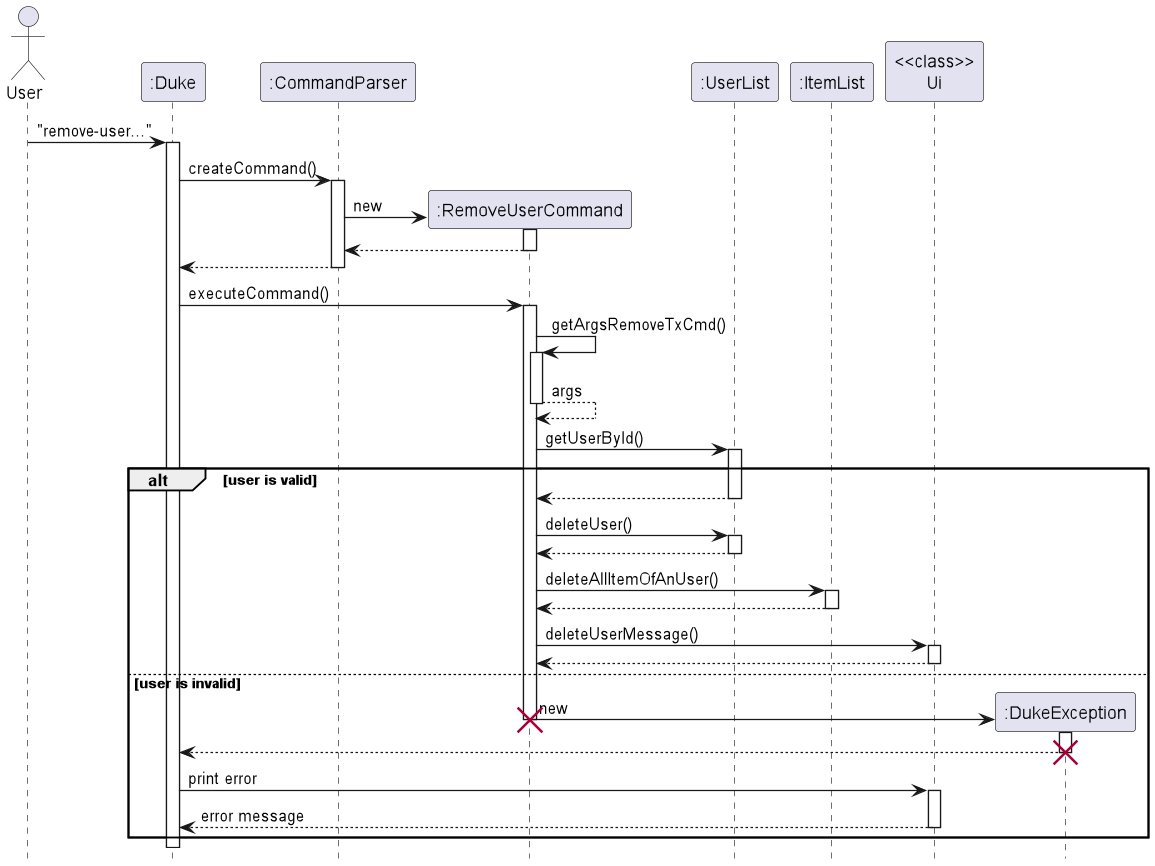
This is docs/images/RemoveUserSequence.png from nus-cs2113-AY2223S1/tp, a PlantUML export, as it was before one commit. Its source is kept beside it as docs/diagrams/user/RemoveUserSequence.puml.
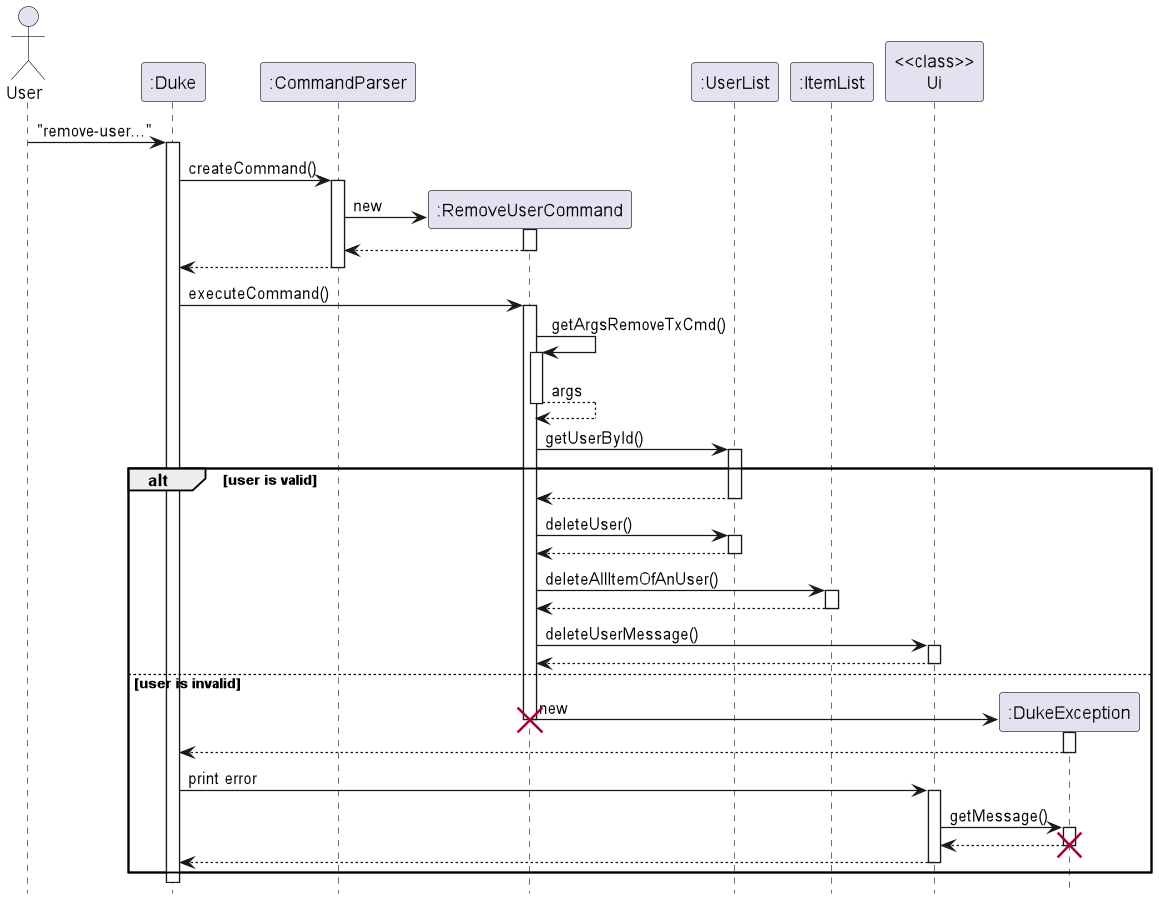
The same file after the commit.

Change to the diagram source:
```diff
@@ -39,11 +39,15 @@
     destroy ":RemoveUserCommand"
     activate ":DukeException"
     ":DukeException" --> ":Duke"
-    destroy ":DukeException"
-    ":Duke" -> "<<class>>\nUi" : print error
-    activate "<<class>>\nUi"
-    "<<class>>\nUi" --> ":Duke" : error message
-    deactivate "<<class>>\nUi"
+     deactivate ":DukeException"
+     ":Duke" -> "<<class>>\nUi" : print error
+     activate "<<class>>\nUi"
+     "<<class>>\nUi" -> ":DukeException": getMessage()
+     activate ":DukeException"
+     return
+     destroy ":DukeException"
+     "<<class>>\nUi" --> ":Duke"
+     deactivate "<<class>>\nUi"
 end
 deactivate ":RemoveUserCommand"
 
```
